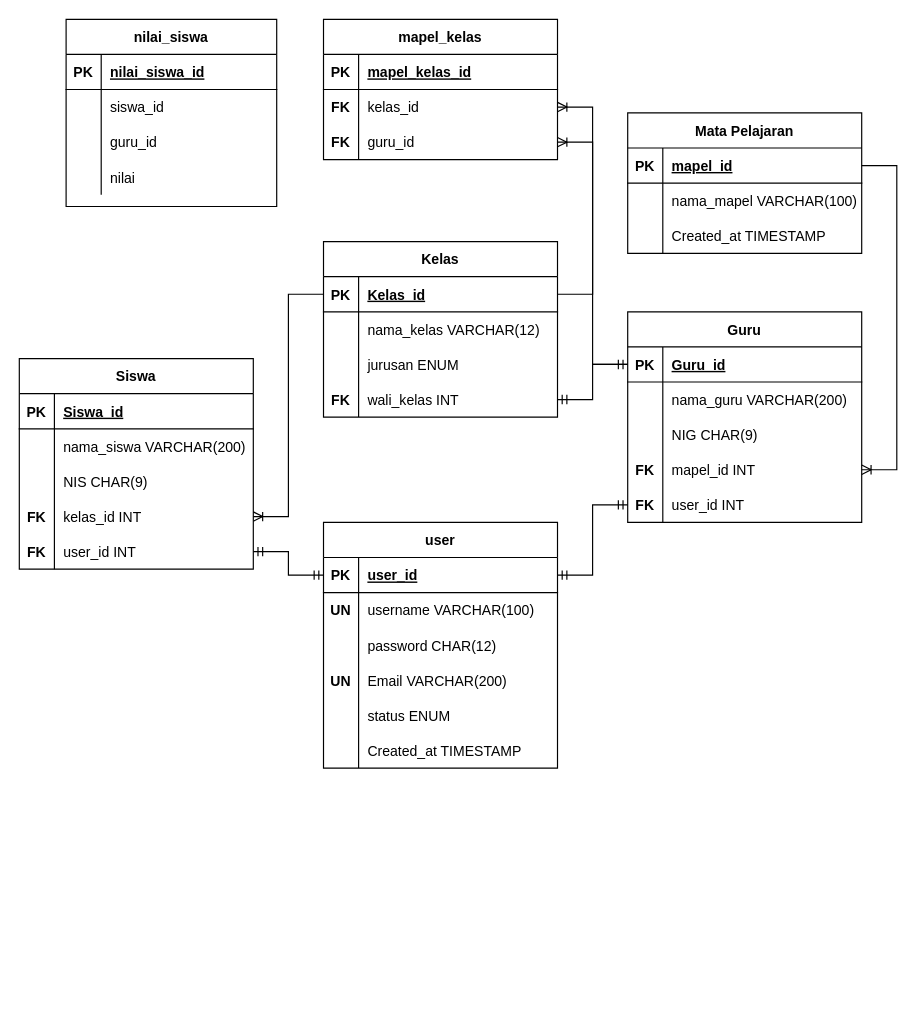
Earlier version of the draw.io diagram Database/proyek1dbdesign.drawio (DzakiyDzakwan/Tugas-Besar-Promweb). Source tidied: cells renumbered, new cells numbered last; positions are measured from the earlier drawing's top-left corner, leaving out a move shared by most shapes. Both pictures are drawn from the tidied source at 117%, with x=0, y=0 at pixel (19, 19).
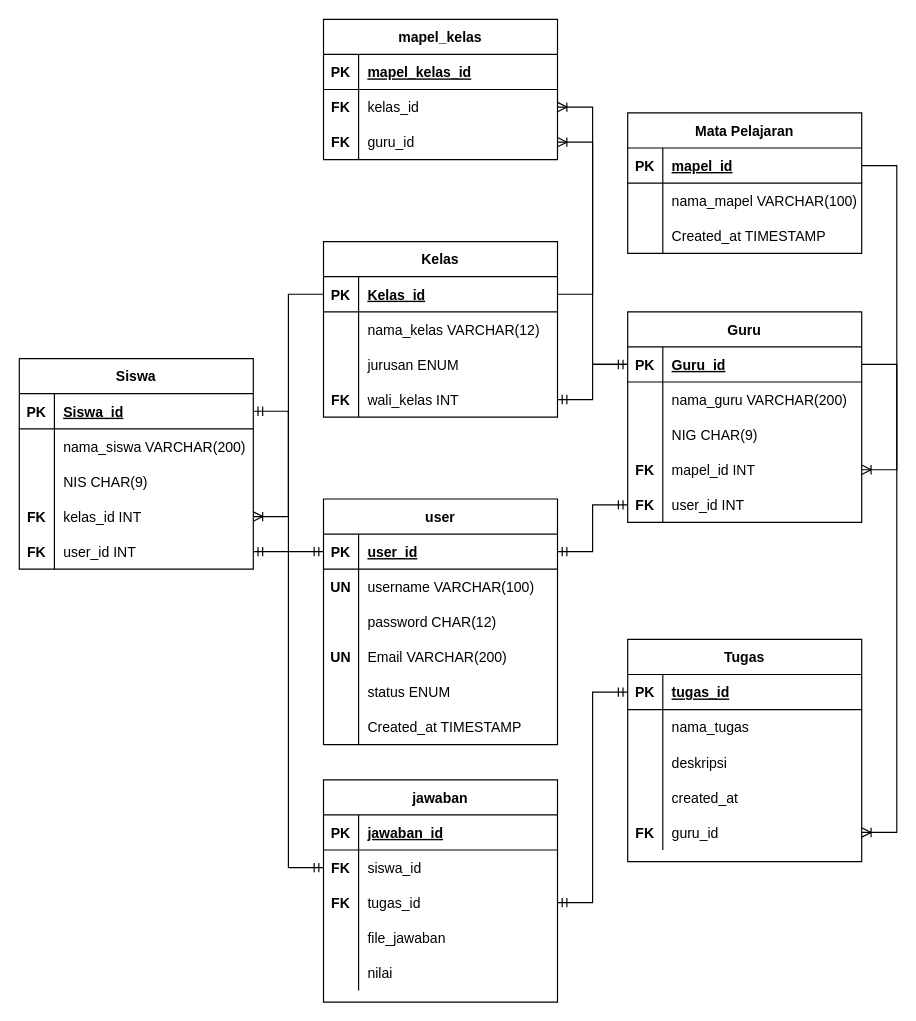
The same diagram, later.

Commit message (it also covers changes not shown here):
design db fixed -zaki

Unchanged cells that the change refers to:
```xml
<mxCell id="22" style="shape=partialRectangle;fillColor=none;top=0;left=0;bottom=1;right=0;points=[[0,0.5],[1,0.5]];portConstraint=eastwest;" parent="21" vertex="1">
  <mxGeometry y="30" width="200" height="30" as="geometry" />
</mxCell>
<mxCell id="38" style="shape=partialRectangle;fillColor=none;top=0;left=0;bottom=1;right=0;points=[[0,0.5],[1,0.5]];portConstraint=eastwest;" parent="37" vertex="1">
  <mxGeometry y="30" width="200" height="30" as="geometry" />
</mxCell>
```

What changed in the source:
```diff
@@
     <mxCell id="2" value="user" style="shape=table;startSize=30;childLayout=tableLayout;rowLines=0;fontStyle=1;align=center;" parent="1" vertex="1">
-      <mxGeometry x="260" y="430" width="200" height="210" as="geometry" />
+      <mxGeometry x="260" y="410" width="200" height="210" as="geometry" />
     </mxCell>
@@
-    <mxCell id="93" value="nilai_siswa" style="shape=table;startSize=30;childLayout=tableLayout;rowLines=0;fontStyle=1;align=center;" parent="1" vertex="1">
-      <mxGeometry x="40" width="180" height="160" as="geometry" />
-    </mxCell>
-    <mxCell id="94" style="shape=partialRectangle;fillColor=none;top=0;left=0;bottom=1;right=0;" parent="93" vertex="1">
-      <mxGeometry y="30" width="180" height="30" as="geometry" />
-    </mxCell>
-    <mxCell id="95" value="PK" style="shape=partialRectangle;fillColor=none;top=0;left=0;bottom=0;right=0;fontStyle=1;overflow=hidden;" parent="94" vertex="1">
-      <mxGeometry width="30" height="30" as="geometry" />
-    </mxCell>
-    <mxCell id="96" value="nilai_siswa_id" style="shape=partialRectangle;fillColor=none;top=0;left=0;bottom=0;right=0;align=left;spacingLeft=6;fontStyle=5;overflow=hidden;" parent="94" vertex="1">
-      <mxGeometry x="30" width="150" height="30" as="geometry" />
-    </mxCell>
-    <mxCell id="97" style="shape=partialRectangle;fillColor=none;top=0;left=0;bottom=0;right=0;" parent="93" vertex="1">
-      <mxGeometry y="60" width="180" height="30" as="geometry" />
-    </mxCell>
-    <mxCell id="98" style="shape=partialRectangle;fillColor=none;top=0;left=0;bottom=0;right=0;overflow=hidden;" parent="97" vertex="1">
-      <mxGeometry width="30" height="30" as="geometry" />
-    </mxCell>
+    <mxCell id="106" value="Tugas" style="shape=table;startSize=30;childLayout=tableLayout;rowLines=0;fontStyle=1;align=center;" parent="1" vertex="1">
+      <mxGeometry x="520" y="530" width="200" height="190" as="geometry" />
+    </mxCell>
+    <mxCell id="107" style="shape=partialRectangle;fillColor=none;top=0;left=0;bottom=1;right=0;points=[[0,0.5],[1,0.5]];portConstraint=eastwest;" parent="106" vertex="1">
+      <mxGeometry y="30" width="200" height="30" as="geometry" />
+    </mxCell>
+    <mxCell id="108" value="PK" style="shape=partialRectangle;fillColor=none;top=0;left=0;bottom=0;right=0;fontStyle=1;overflow=hidden;" parent="107" vertex="1">
+      <mxGeometry width="30" height="30" as="geometry" />
+    </mxCell>
+    <mxCell id="109" value="tugas_id" style="shape=partialRectangle;fillColor=none;top=0;left=0;bottom=0;right=0;align=left;spacingLeft=6;fontStyle=5;overflow=hidden;" parent="107" vertex="1">
+      <mxGeometry x="30" width="170" height="30" as="geometry" />
+    </mxCell>
+    <mxCell id="110" style="shape=partialRectangle;fillColor=none;top=0;left=0;bottom=0;right=0;" parent="106" vertex="1">
+      <mxGeometry y="60" width="200" height="30" as="geometry" />
+    </mxCell>
+    <mxCell id="111" style="shape=partialRectangle;fillColor=none;top=0;left=0;bottom=0;right=0;overflow=hidden;" parent="110" vertex="1">
+      <mxGeometry width="30" height="30" as="geometry" />
+    </mxCell>
+    <mxCell id="112" value="nama_tugas" style="shape=partialRectangle;fillColor=none;top=0;left=0;bottom=0;right=0;align=left;spacingLeft=6;overflow=hidden;" parent="110" vertex="1">
+      <mxGeometry x="30" width="170" height="30" as="geometry" />
+    </mxCell>
+    <mxCell id="113" style="shape=partialRectangle;fillColor=none;top=0;left=0;bottom=0;right=0;" parent="106" vertex="1">
+      <mxGeometry y="90" width="200" height="30" as="geometry" />
+    </mxCell>
+    <mxCell id="114" style="shape=partialRectangle;fillColor=none;top=0;left=0;bottom=0;right=0;overflow=hidden;" parent="113" vertex="1">
+      <mxGeometry width="30" height="30" as="geometry" />
+    </mxCell>
+    <mxCell id="115" value="deskripsi" style="shape=partialRectangle;fillColor=none;top=0;left=0;bottom=0;right=0;align=left;spacingLeft=6;overflow=hidden;" parent="113" vertex="1">
+      <mxGeometry x="30" width="170" height="30" as="geometry" />
+    </mxCell>
+    <mxCell id="116" style="shape=partialRectangle;fillColor=none;top=0;left=0;bottom=0;right=0;" parent="106" vertex="1">
+      <mxGeometry y="120" width="200" height="30" as="geometry" />
+    </mxCell>
+    <mxCell id="117" style="shape=partialRectangle;fillColor=none;top=0;left=0;bottom=0;right=0;overflow=hidden;" parent="116" vertex="1">
+      <mxGeometry width="30" height="30" as="geometry" />
+    </mxCell>
+    <mxCell id="118" value="created_at" style="shape=partialRectangle;fillColor=none;top=0;left=0;bottom=0;right=0;align=left;spacingLeft=6;overflow=hidden;" parent="116" vertex="1">
+      <mxGeometry x="30" width="170" height="30" as="geometry" />
+    </mxCell>
+    <mxCell id="119" style="shape=partialRectangle;fillColor=none;top=0;left=0;bottom=0;right=0;points=[[0,0.5],[1,0.5]];portConstraint=eastwest;" parent="106" vertex="1">
+      <mxGeometry y="150" width="200" height="30" as="geometry" />
+    </mxCell>
+    <mxCell id="120" value="FK" style="shape=partialRectangle;fillColor=none;top=0;left=0;bottom=0;right=0;overflow=hidden;fontStyle=1;" parent="119" vertex="1">
+      <mxGeometry width="30" height="30" as="geometry" />
+    </mxCell>
+    <mxCell id="102" value="guru_id" style="shape=partialRectangle;fillColor=none;top=0;left=0;bottom=0;right=0;align=left;spacingLeft=6;overflow=hidden;" parent="119" vertex="1">
+      <mxGeometry x="30" width="170" height="30" as="geometry" />
+    </mxCell>
+    <mxCell id="121" style="edgeStyle=entityRelationEdgeStyle;fontSize=12;html=1;endArrow=ERoneToMany;rounded=0;exitX=1;exitY=0.5;exitDx=0;exitDy=0;entryX=1;entryY=0.5;entryDx=0;entryDy=0;" parent="1" edge="1" source="38" target="119">
+      <mxGeometry relative="1" as="geometry" />
+    </mxCell>
+    <mxCell id="122" value="jawaban" style="shape=table;startSize=30;childLayout=tableLayout;rowLines=0;fontStyle=1;align=center;" parent="1" vertex="1">
+      <mxGeometry x="260" y="650" width="200" height="190" as="geometry" />
+    </mxCell>
+    <mxCell id="123" style="shape=partialRectangle;fillColor=none;top=0;left=0;bottom=1;right=0;" parent="122" vertex="1">
+      <mxGeometry y="30" width="200" height="30" as="geometry" />
+    </mxCell>
+    <mxCell id="124" value="PK" style="shape=partialRectangle;fillColor=none;top=0;left=0;bottom=0;right=0;fontStyle=1;overflow=hidden;" parent="123" vertex="1">
+      <mxGeometry width="30" height="30" as="geometry" />
+    </mxCell>
+    <mxCell id="125" value="jawaban_id" style="shape=partialRectangle;fillColor=none;top=0;left=0;bottom=0;right=0;align=left;spacingLeft=6;fontStyle=5;overflow=hidden;" parent="123" vertex="1">
+      <mxGeometry x="30" width="170" height="30" as="geometry" />
+    </mxCell>
+    <mxCell id="126" style="shape=partialRectangle;fillColor=none;top=0;left=0;bottom=0;right=0;points=[[0,0.5],[1,0.5]];portConstraint=eastwest;" parent="122" vertex="1">
+      <mxGeometry y="60" width="200" height="30" as="geometry" />
+    </mxCell>
+    <mxCell id="127" value="FK" style="shape=partialRectangle;fillColor=none;top=0;left=0;bottom=0;right=0;overflow=hidden;fontStyle=1;" parent="126" vertex="1">
+      <mxGeometry width="30" height="30" as="geometry" />
+    </mxCell>
-    <mxCell id="99" value="siswa_id" style="shape=partialRectangle;fillColor=none;top=0;left=0;bottom=0;right=0;align=left;spacingLeft=6;overflow=hidden;" parent="97" vertex="1">
-      <mxGeometry x="30" width="150" height="30" as="geometry" />
+    <mxCell id="99" value="siswa_id" style="shape=partialRectangle;fillColor=none;top=0;left=0;bottom=0;right=0;align=left;spacingLeft=6;overflow=hidden;" parent="126" vertex="1">
+      <mxGeometry x="30" width="170" height="30" as="geometry" />
     </mxCell>
-    <mxCell id="100" style="shape=partialRectangle;fillColor=none;top=0;left=0;bottom=0;right=0;" parent="93" vertex="1">
-      <mxGeometry y="90" width="180" height="30" as="geometry" />
-    </mxCell>
-    <mxCell id="101" style="shape=partialRectangle;fillColor=none;top=0;left=0;bottom=0;right=0;overflow=hidden;" parent="100" vertex="1">
-      <mxGeometry width="30" height="30" as="geometry" />
-    </mxCell>
-    <mxCell id="102" value="guru_id" style="shape=partialRectangle;fillColor=none;top=0;left=0;bottom=0;right=0;align=left;spacingLeft=6;overflow=hidden;" parent="100" vertex="1">
-      <mxGeometry x="30" width="150" height="30" as="geometry" />
-    </mxCell>
-    <mxCell id="103" style="shape=partialRectangle;fillColor=none;top=0;left=0;bottom=0;right=0;" parent="93" vertex="1">
-      <mxGeometry y="120" width="180" height="30" as="geometry" />
-    </mxCell>
-    <mxCell id="104" style="shape=partialRectangle;fillColor=none;top=0;left=0;bottom=0;right=0;overflow=hidden;" parent="103" vertex="1">
-      <mxGeometry width="30" height="30" as="geometry" />
-    </mxCell>
+    <mxCell id="128" style="shape=partialRectangle;fillColor=none;top=0;left=0;bottom=0;right=0;points=[[0,0.5],[1,0.5]];portConstraint=eastwest;" parent="122" vertex="1">
+      <mxGeometry y="90" width="200" height="30" as="geometry" />
+    </mxCell>
+    <mxCell id="129" value="FK" style="shape=partialRectangle;fillColor=none;top=0;left=0;bottom=0;right=0;overflow=hidden;fontStyle=1;" parent="128" vertex="1">
+      <mxGeometry width="30" height="30" as="geometry" />
+    </mxCell>
+    <mxCell id="130" value="tugas_id" style="shape=partialRectangle;fillColor=none;top=0;left=0;bottom=0;right=0;align=left;spacingLeft=6;overflow=hidden;" parent="128" vertex="1">
+      <mxGeometry x="30" width="170" height="30" as="geometry" />
+    </mxCell>
+    <mxCell id="131" style="shape=partialRectangle;fillColor=none;top=0;left=0;bottom=0;right=0;" parent="122" vertex="1">
+      <mxGeometry y="120" width="200" height="30" as="geometry" />
+    </mxCell>
+    <mxCell id="132" style="shape=partialRectangle;fillColor=none;top=0;left=0;bottom=0;right=0;overflow=hidden;" parent="131" vertex="1">
+      <mxGeometry width="30" height="30" as="geometry" />
+    </mxCell>
+    <mxCell id="133" value="file_jawaban" style="shape=partialRectangle;fillColor=none;top=0;left=0;bottom=0;right=0;align=left;spacingLeft=6;overflow=hidden;" parent="131" vertex="1">
+      <mxGeometry x="30" width="170" height="30" as="geometry" />
+    </mxCell>
+    <mxCell id="134" style="shape=partialRectangle;fillColor=none;top=0;left=0;bottom=0;right=0;" parent="122" vertex="1">
+      <mxGeometry y="150" width="200" height="30" as="geometry" />
+    </mxCell>
+    <mxCell id="135" style="shape=partialRectangle;fillColor=none;top=0;left=0;bottom=0;right=0;overflow=hidden;" parent="134" vertex="1">
+      <mxGeometry width="30" height="30" as="geometry" />
+    </mxCell>
-    <mxCell id="105" value="nilai" style="shape=partialRectangle;fillColor=none;top=0;left=0;bottom=0;right=0;align=left;spacingLeft=6;overflow=hidden;" parent="103" vertex="1">
-      <mxGeometry x="30" width="150" height="30" as="geometry" />
+    <mxCell id="105" value="nilai" style="shape=partialRectangle;fillColor=none;top=0;left=0;bottom=0;right=0;align=left;spacingLeft=6;overflow=hidden;" parent="134" vertex="1">
+      <mxGeometry x="30" width="170" height="30" as="geometry" />
     </mxCell>
+    <mxCell id="136" style="edgeStyle=entityRelationEdgeStyle;fontSize=12;html=1;endArrow=ERmandOne;startArrow=ERmandOne;rounded=0;entryX=0;entryY=0.5;entryDx=0;entryDy=0;" parent="1" edge="1" source="128" target="107">
+      <mxGeometry relative="1" as="geometry" />
+    </mxCell>
+    <mxCell id="137" style="edgeStyle=entityRelationEdgeStyle;fontSize=12;html=1;endArrow=ERmandOne;startArrow=ERmandOne;rounded=0;exitX=1;exitY=0.5;exitDx=0;exitDy=0;entryX=0;entryY=0.5;entryDx=0;entryDy=0;" parent="1" edge="1" source="22" target="126">
+      <mxGeometry relative="1" as="geometry" />
+    </mxCell>
```
